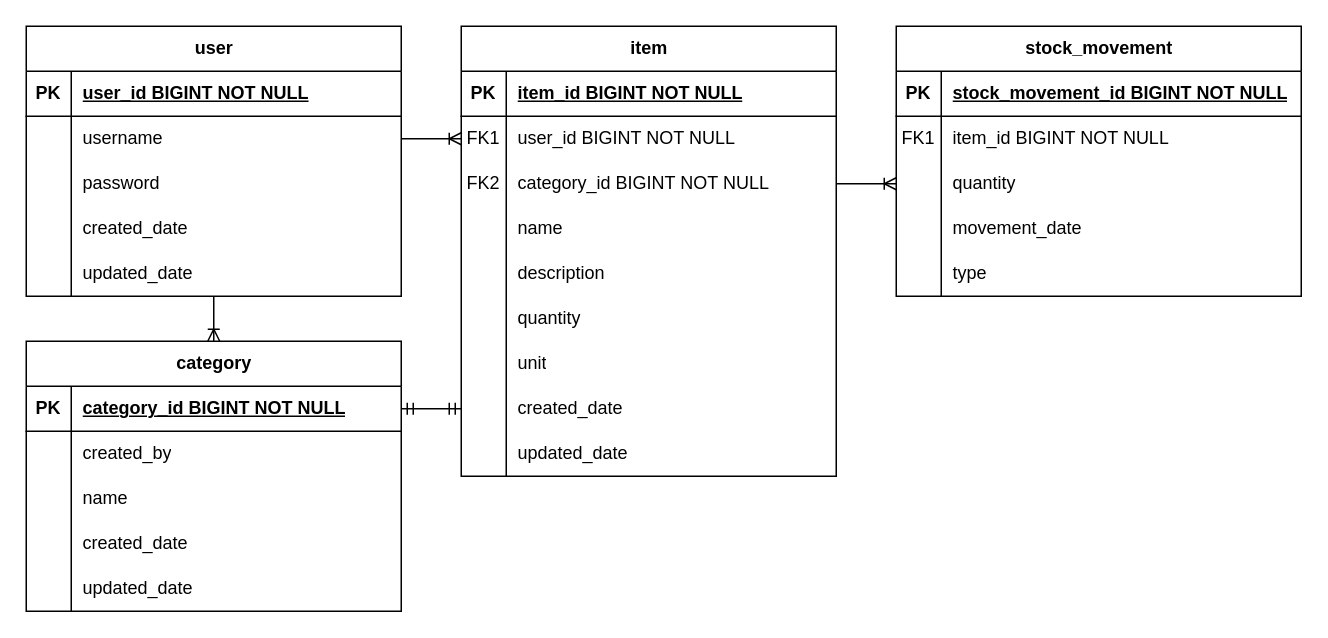
skatn/inventory keeps this draw.io diagram as Inventory-ERD.drawio. Above is the earlier version. Source tidied: cells renumbered, new cells numbered last; positions are measured from the earlier drawing's top-left corner, leaving out a move shared by most shapes. Both pictures are drawn from the tidied source at 150%, with x=0, y=0 at pixel (26, 26).
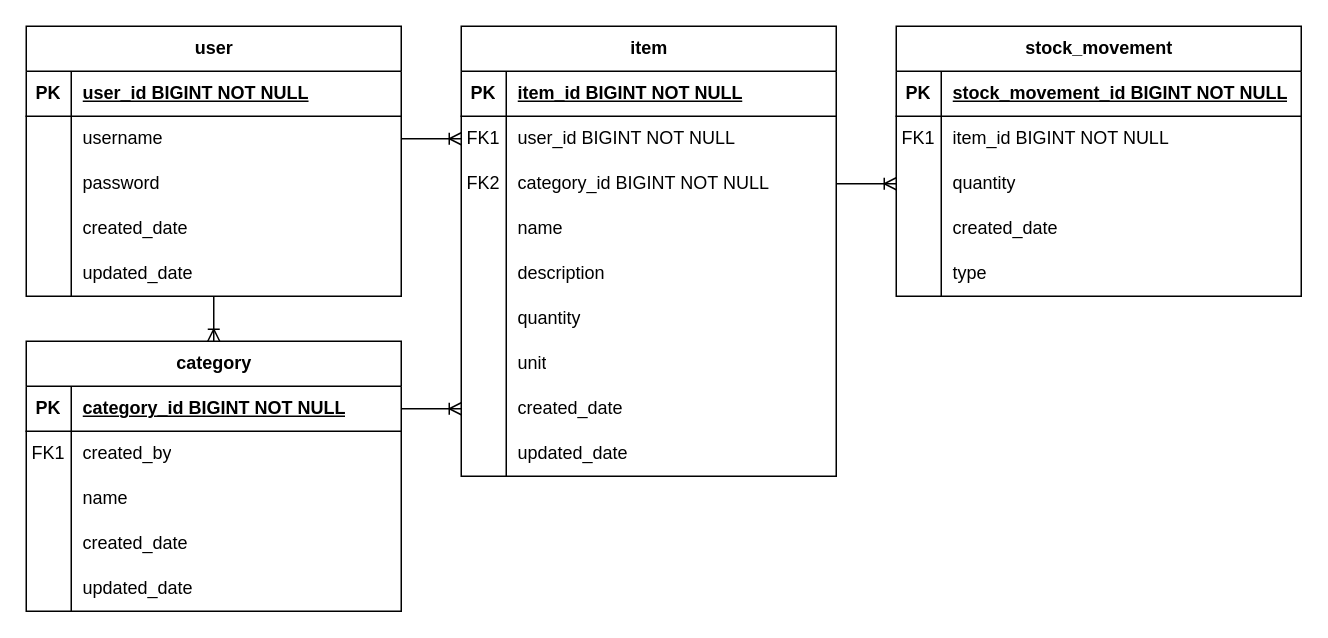
After the change.

The change refers to these unchanged cells:
```xml
<mxCell id="40" style="shape=tableRow;horizontal=0;startSize=0;swimlaneHead=0;swimlaneBody=0;fillColor=none;points=[[0,0.5],[1,0.5]];portConstraint=eastwest;top=0;left=0;right=0;bottom=0;" parent="18" vertex="1">
  <mxGeometry y="240" width="250" height="30" as="geometry" />
</mxCell>
<mxCell id="56" style="shape=tableRow;horizontal=0;startSize=0;swimlaneHead=0;swimlaneBody=0;fillColor=none;top=0;left=0;right=0;bottom=0;" parent="46" vertex="1">
  <mxGeometry y="120" width="270" height="30" as="geometry" />
</mxCell>
<mxCell id="65" style="shape=tableRow;horizontal=0;startSize=0;swimlaneHead=0;swimlaneBody=0;fillColor=none;points=[[0,0.5],[1,0.5]];portConstraint=eastwest;top=0;left=0;right=0;bottom=1;" parent="64" vertex="1">
  <mxGeometry y="30" width="250" height="30" as="geometry" />
</mxCell>
<mxCell id="68" style="shape=tableRow;horizontal=0;startSize=0;swimlaneHead=0;swimlaneBody=0;fillColor=none;top=0;left=0;right=0;bottom=0;" parent="64" vertex="1">
  <mxGeometry y="60" width="250" height="30" as="geometry" />
</mxCell>
```

Change to the diagram source:
```diff
@@
-    <mxCell id="58" value="movement_date" style="shape=partialRectangle;fillColor=none;top=0;left=0;bottom=0;right=0;align=left;spacingLeft=6;overflow=hidden;whiteSpace=wrap;html=1;" parent="56" vertex="1">
+    <mxCell id="58" value="created_date" style="shape=partialRectangle;fillColor=none;top=0;left=0;bottom=0;right=0;align=left;spacingLeft=6;overflow=hidden;whiteSpace=wrap;html=1;" parent="56" vertex="1">
       <mxGeometry x="30" width="240" height="30" as="geometry" />
     </mxCell>
@@
-    <mxCell id="69" style="shape=partialRectangle;fillColor=none;top=0;left=0;bottom=0;right=0;overflow=hidden;whiteSpace=wrap;html=1;" parent="68" vertex="1">
+    <mxCell id="69" value="FK1" style="shape=partialRectangle;fillColor=none;top=0;left=0;bottom=0;right=0;overflow=hidden;whiteSpace=wrap;html=1;" parent="68" vertex="1">
       <mxGeometry width="30" height="30" as="geometry" />
     </mxCell>
@@
-    <mxCell id="80" style="fontSize=12;html=1;endArrow=ERmandOne;startArrow=ERmandOne;rounded=0;entryX=1;entryY=0.5;entryDx=0;entryDy=0;exitX=0;exitY=0.5;exitDx=0;exitDy=0;edgeStyle=orthogonalEdgeStyle;" parent="1" edge="1" source="40" target="65">
-      <mxGeometry relative="1" as="geometry" />
-    </mxCell>
@@
+    <mxCell id="82" style="edgeStyle=orthogonalEdgeStyle;fontSize=12;html=1;endArrow=ERoneToMany;rounded=0;exitX=1;exitY=0.5;exitDx=0;exitDy=0;entryX=0;entryY=0.5;entryDx=0;entryDy=0;" parent="1" edge="1" source="65" target="40">
+      <mxGeometry relative="1" as="geometry" />
+    </mxCell>
```
